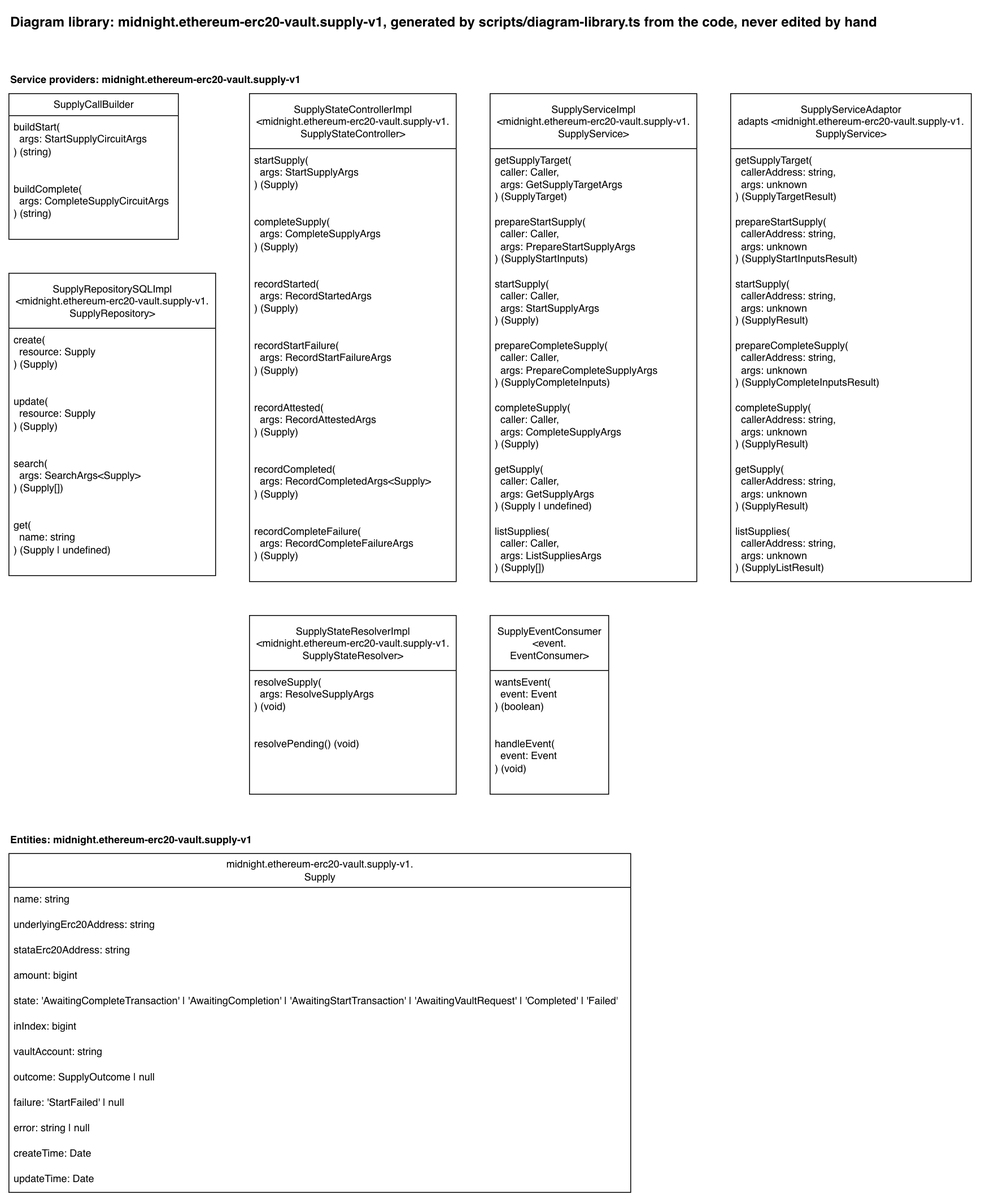
Before: docs/diagram-library/midnight/ethereum-erc20-vault/supply-v1/diagram-library.drawio.png, a diagram exported from draw.io (sig-net/full-stack-demo). Source tidied: cells renumbered, new cells last; positions are measured from the earlier drawing's top-left corner, leaving out a move shared by most shapes.
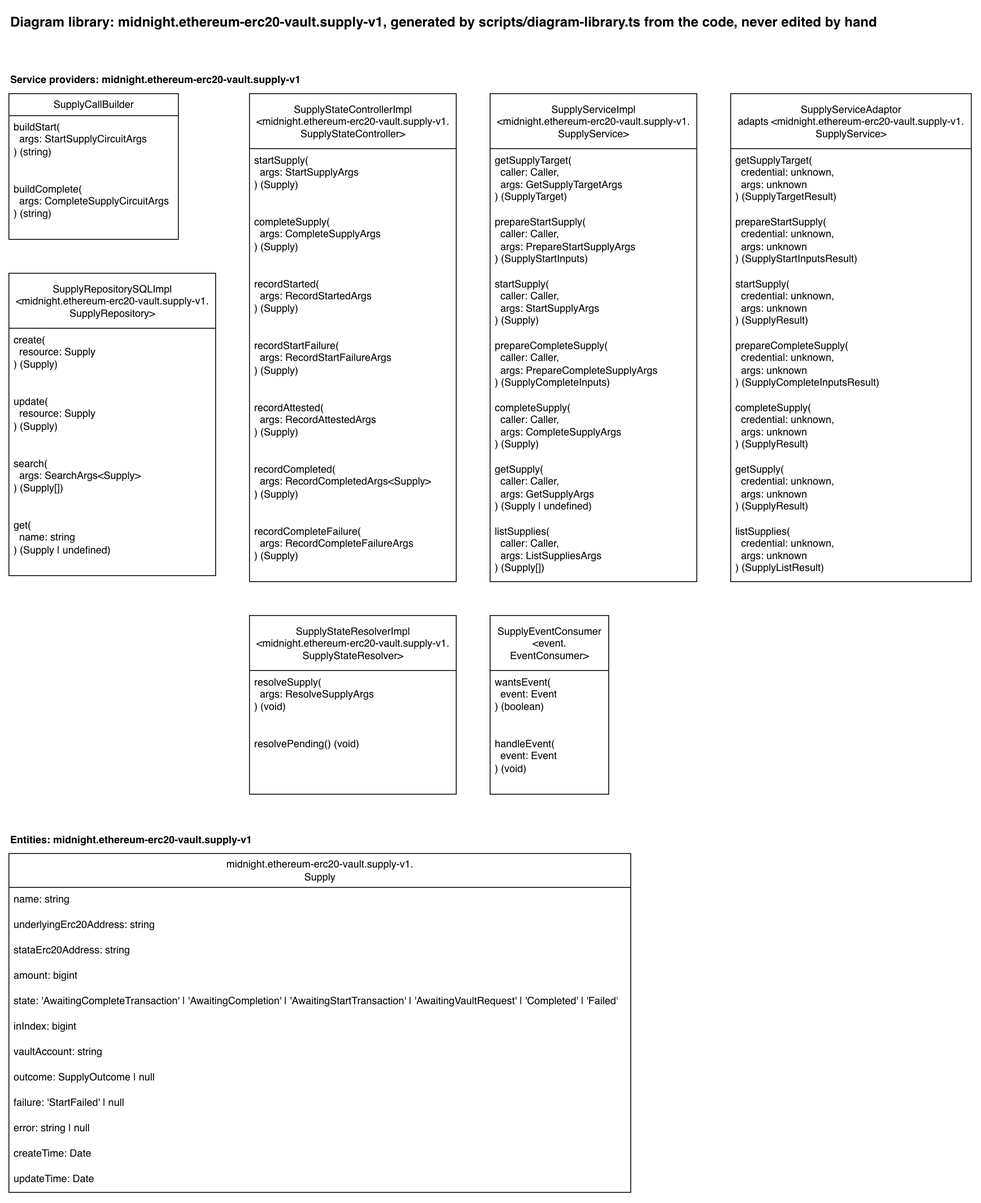
Later version of the same file.

What changed in the source:
```diff
@@ -101,25 +101,25 @@
     <mxCell id="34" value="SupplyServiceAdaptor&lt;br&gt;adapts &amp;lt;midnight.ethereum-erc20-vault.supply-v1.&lt;br&gt;SupplyService&amp;gt;" style="swimlane;fontStyle=0;horizontal=1;startSize=65;fillColor=default;html=1;fillStyle=solid;" parent="1" vertex="1">
       <mxGeometry x="852" y="100" width="284" height="576" as="geometry" />
     </mxCell>
-    <mxCell id="35" value="getSupplyTarget(&lt;br&gt;&amp;nbsp; callerAddress: string,&lt;br&gt;&amp;nbsp; args: unknown&lt;br&gt;) (SupplyTargetResult)" style="text;strokeColor=none;fillColor=none;align=left;verticalAlign=top;spacingLeft=4;spacingRight=4;overflow=hidden;whiteSpace=wrap;html=1;" parent="34" vertex="1">
+    <mxCell id="35" value="getSupplyTarget(&lt;br&gt;&amp;nbsp; credential: unknown,&lt;br&gt;&amp;nbsp; args: unknown&lt;br&gt;) (SupplyTargetResult)" style="text;strokeColor=none;fillColor=none;align=left;verticalAlign=top;spacingLeft=4;spacingRight=4;overflow=hidden;whiteSpace=wrap;html=1;" parent="34" vertex="1">
       <mxGeometry y="65" width="284" height="73" as="geometry" />
     </mxCell>
-    <mxCell id="36" value="prepareStartSupply(&lt;br&gt;&amp;nbsp; callerAddress: string,&lt;br&gt;&amp;nbsp; args: unknown&lt;br&gt;) (SupplyStartInputsResult)" style="text;strokeColor=none;fillColor=none;align=left;verticalAlign=top;spacingLeft=4;spacingRight=4;overflow=hidden;whiteSpace=wrap;html=1;" parent="34" vertex="1">
+    <mxCell id="36" value="prepareStartSupply(&lt;br&gt;&amp;nbsp; credential: unknown,&lt;br&gt;&amp;nbsp; args: unknown&lt;br&gt;) (SupplyStartInputsResult)" style="text;strokeColor=none;fillColor=none;align=left;verticalAlign=top;spacingLeft=4;spacingRight=4;overflow=hidden;whiteSpace=wrap;html=1;" parent="34" vertex="1">
       <mxGeometry y="138" width="284" height="73" as="geometry" />
     </mxCell>
-    <mxCell id="37" value="startSupply(&lt;br&gt;&amp;nbsp; callerAddress: string,&lt;br&gt;&amp;nbsp; args: unknown&lt;br&gt;) (SupplyResult)" style="text;strokeColor=none;fillColor=none;align=left;verticalAlign=top;spacingLeft=4;spacingRight=4;overflow=hidden;whiteSpace=wrap;html=1;" parent="34" vertex="1">
+    <mxCell id="37" value="startSupply(&lt;br&gt;&amp;nbsp; credential: unknown,&lt;br&gt;&amp;nbsp; args: unknown&lt;br&gt;) (SupplyResult)" style="text;strokeColor=none;fillColor=none;align=left;verticalAlign=top;spacingLeft=4;spacingRight=4;overflow=hidden;whiteSpace=wrap;html=1;" parent="34" vertex="1">
       <mxGeometry y="211" width="284" height="73" as="geometry" />
     </mxCell>
-    <mxCell id="38" value="prepareCompleteSupply(&lt;br&gt;&amp;nbsp; callerAddress: string,&lt;br&gt;&amp;nbsp; args: unknown&lt;br&gt;) (SupplyCompleteInputsResult)" style="text;strokeColor=none;fillColor=none;align=left;verticalAlign=top;spacingLeft=4;spacingRight=4;overflow=hidden;whiteSpace=wrap;html=1;" parent="34" vertex="1">
+    <mxCell id="38" value="prepareCompleteSupply(&lt;br&gt;&amp;nbsp; credential: unknown,&lt;br&gt;&amp;nbsp; args: unknown&lt;br&gt;) (SupplyCompleteInputsResult)" style="text;strokeColor=none;fillColor=none;align=left;verticalAlign=top;spacingLeft=4;spacingRight=4;overflow=hidden;whiteSpace=wrap;html=1;" parent="34" vertex="1">
       <mxGeometry y="284" width="284" height="73" as="geometry" />
     </mxCell>
-    <mxCell id="39" value="completeSupply(&lt;br&gt;&amp;nbsp; callerAddress: string,&lt;br&gt;&amp;nbsp; args: unknown&lt;br&gt;) (SupplyResult)" style="text;strokeColor=none;fillColor=none;align=left;verticalAlign=top;spacingLeft=4;spacingRight=4;overflow=hidden;whiteSpace=wrap;html=1;" parent="34" vertex="1">
+    <mxCell id="39" value="completeSupply(&lt;br&gt;&amp;nbsp; credential: unknown,&lt;br&gt;&amp;nbsp; args: unknown&lt;br&gt;) (SupplyResult)" style="text;strokeColor=none;fillColor=none;align=left;verticalAlign=top;spacingLeft=4;spacingRight=4;overflow=hidden;whiteSpace=wrap;html=1;" parent="34" vertex="1">
       <mxGeometry y="357" width="284" height="73" as="geometry" />
     </mxCell>
-    <mxCell id="40" value="getSupply(&lt;br&gt;&amp;nbsp; callerAddress: string,&lt;br&gt;&amp;nbsp; args: unknown&lt;br&gt;) (SupplyResult)" style="text;strokeColor=none;fillColor=none;align=left;verticalAlign=top;spacingLeft=4;spacingRight=4;overflow=hidden;whiteSpace=wrap;html=1;" parent="34" vertex="1">
+    <mxCell id="40" value="getSupply(&lt;br&gt;&amp;nbsp; credential: unknown,&lt;br&gt;&amp;nbsp; args: unknown&lt;br&gt;) (SupplyResult)" style="text;strokeColor=none;fillColor=none;align=left;verticalAlign=top;spacingLeft=4;spacingRight=4;overflow=hidden;whiteSpace=wrap;html=1;" parent="34" vertex="1">
       <mxGeometry y="430" width="284" height="73" as="geometry" />
     </mxCell>
-    <mxCell id="41" value="listSupplies(&lt;br&gt;&amp;nbsp; callerAddress: string,&lt;br&gt;&amp;nbsp; args: unknown&lt;br&gt;) (SupplyListResult)" style="text;strokeColor=none;fillColor=none;align=left;verticalAlign=top;spacingLeft=4;spacingRight=4;overflow=hidden;whiteSpace=wrap;html=1;" parent="34" vertex="1">
+    <mxCell id="41" value="listSupplies(&lt;br&gt;&amp;nbsp; credential: unknown,&lt;br&gt;&amp;nbsp; args: unknown&lt;br&gt;) (SupplyListResult)" style="text;strokeColor=none;fillColor=none;align=left;verticalAlign=top;spacingLeft=4;spacingRight=4;overflow=hidden;whiteSpace=wrap;html=1;" parent="34" vertex="1">
       <mxGeometry y="503" width="284" height="73" as="geometry" />
     </mxCell>
     <mxCell id="42" value="Entities: midnight.ethereum-erc20-vault.supply-v1" style="text;html=1;fontStyle=1;" parent="1" vertex="1">
```
